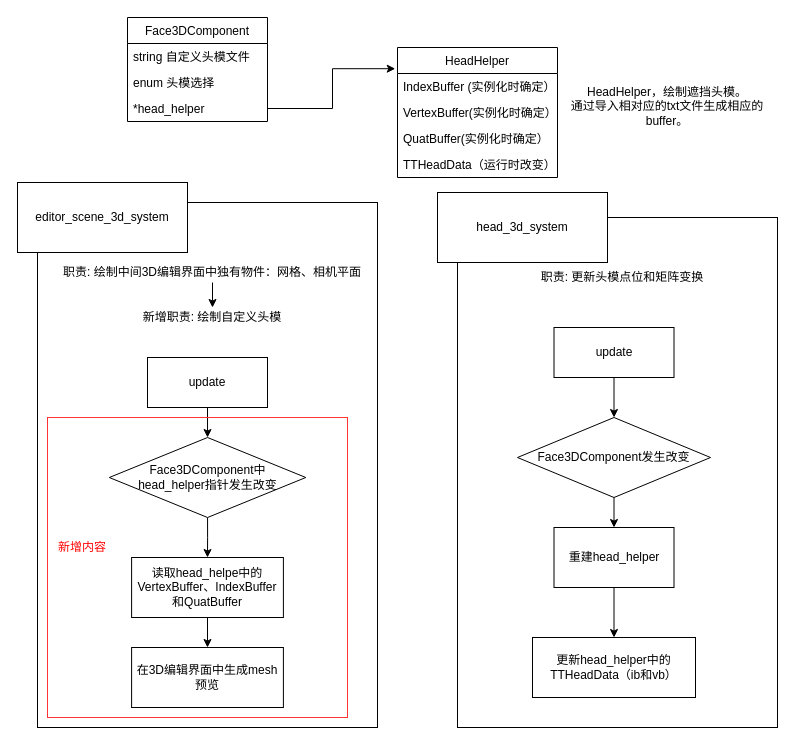
The draw.io diagram Untitled Diagram.drawio in DianxinWang/final_theis, before the edit. Source tidied: cells renumbered, new cells numbered last; positions are measured from the earlier drawing's top-left corner, leaving out a move shared by most shapes. Both pictures are drawn from the tidied source at 100%, with x=0, y=0 at pixel (17, 17).
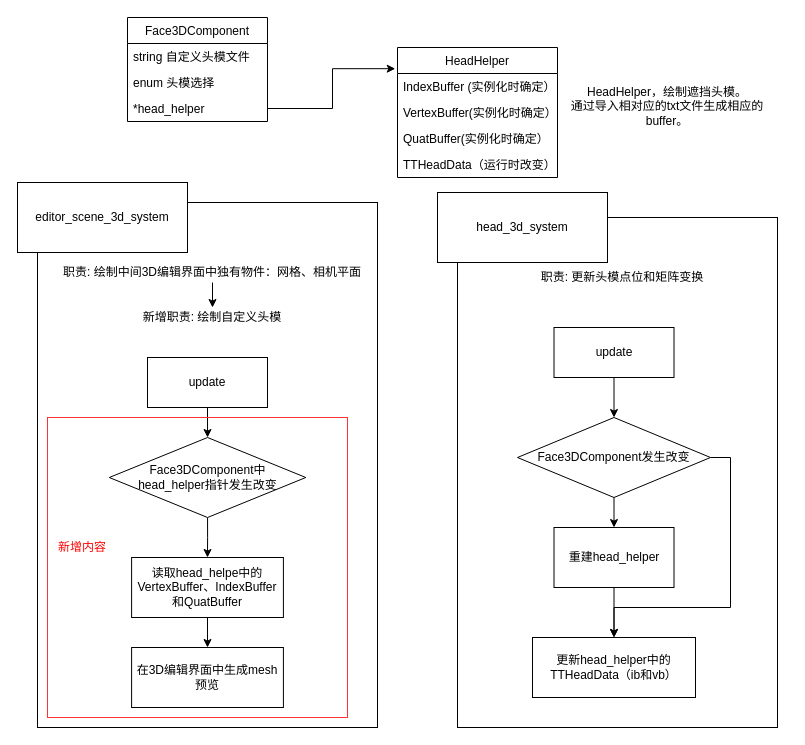
After the change.

The change refers to these unchanged cells:
```xml
<mxCell id="12" value="Face3DComponent发生改变" style="rhombus;whiteSpace=wrap;html=1;" parent="1" vertex="1">
  <mxGeometry x="500" y="400" width="193" height="80" as="geometry" />
</mxCell>
<mxCell id="26" value="更新head_helper中的&lt;br&gt;TTHeadData（ib和vb）" style="rounded=0;whiteSpace=wrap;html=1;" parent="1" vertex="1">
  <mxGeometry x="515" y="620" width="163" height="60" as="geometry" />
</mxCell>
```

The edit, as a diff of the source:
```diff
@@
+    <mxCell id="37" style="edgeStyle=orthogonalEdgeStyle;rounded=0;jettySize=auto;html=1;exitX=1;exitY=0.5;exitDx=0;exitDy=0;entryX=0.5;entryY=0;entryDx=0;entryDy=0;fontColor=#FF0000;" parent="1" edge="1" source="12" target="26">
+      <mxGeometry relative="1" as="geometry">
+        <Array as="points">
+          <mxPoint x="713" y="440" />
+          <mxPoint x="713" y="590" />
+          <mxPoint x="597" y="590" />
+        </Array>
+      </mxGeometry>
+    </mxCell>
```
